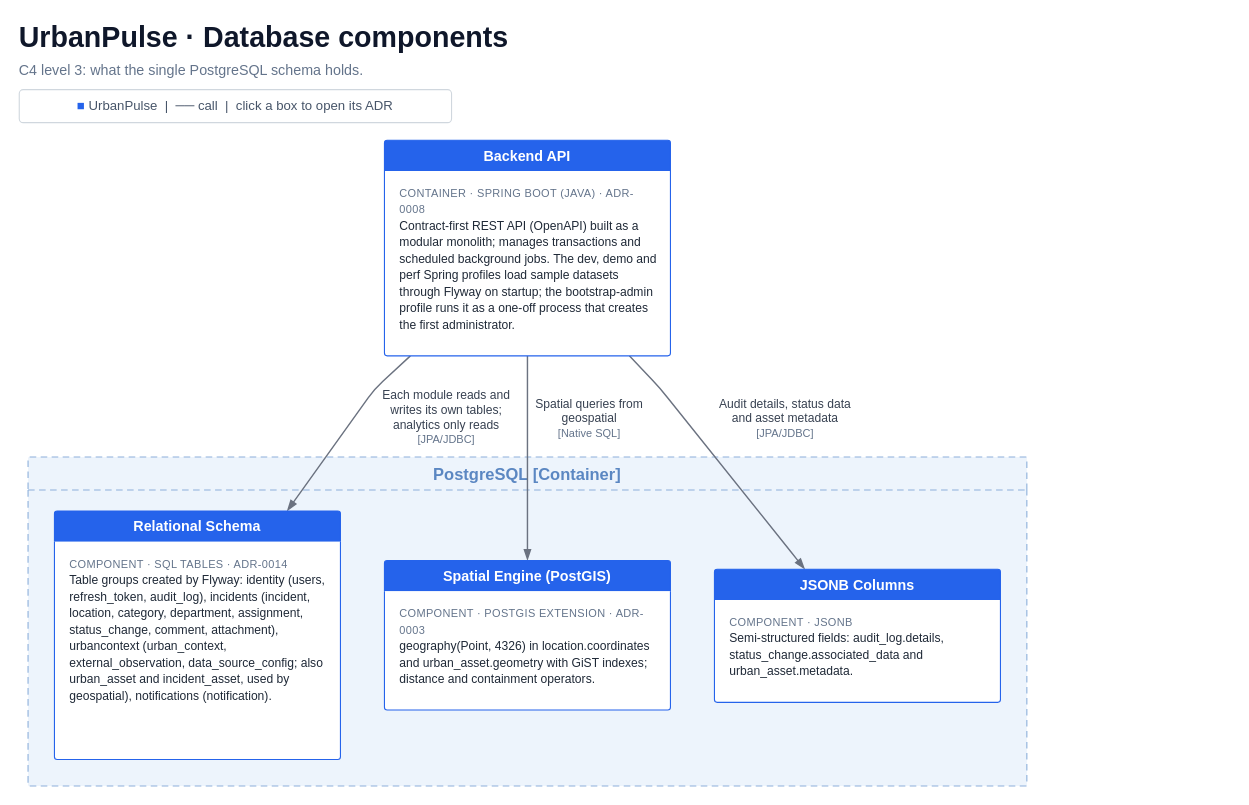
Above: page "6 · Database components" (6 of 10) of docs/architecture/UrbanPulse-C4.drawio in Dalibex/urban-incidence-manager (draw.io), before the change. Source tidied: cells renumbered, new cells numbered last; positions are measured from the earlier drawing's top-left corner, leaving out a move shared by most shapes. Both pictures are drawn from the tidied source at 110%, with x=0, y=0 at pixel (19, 19).
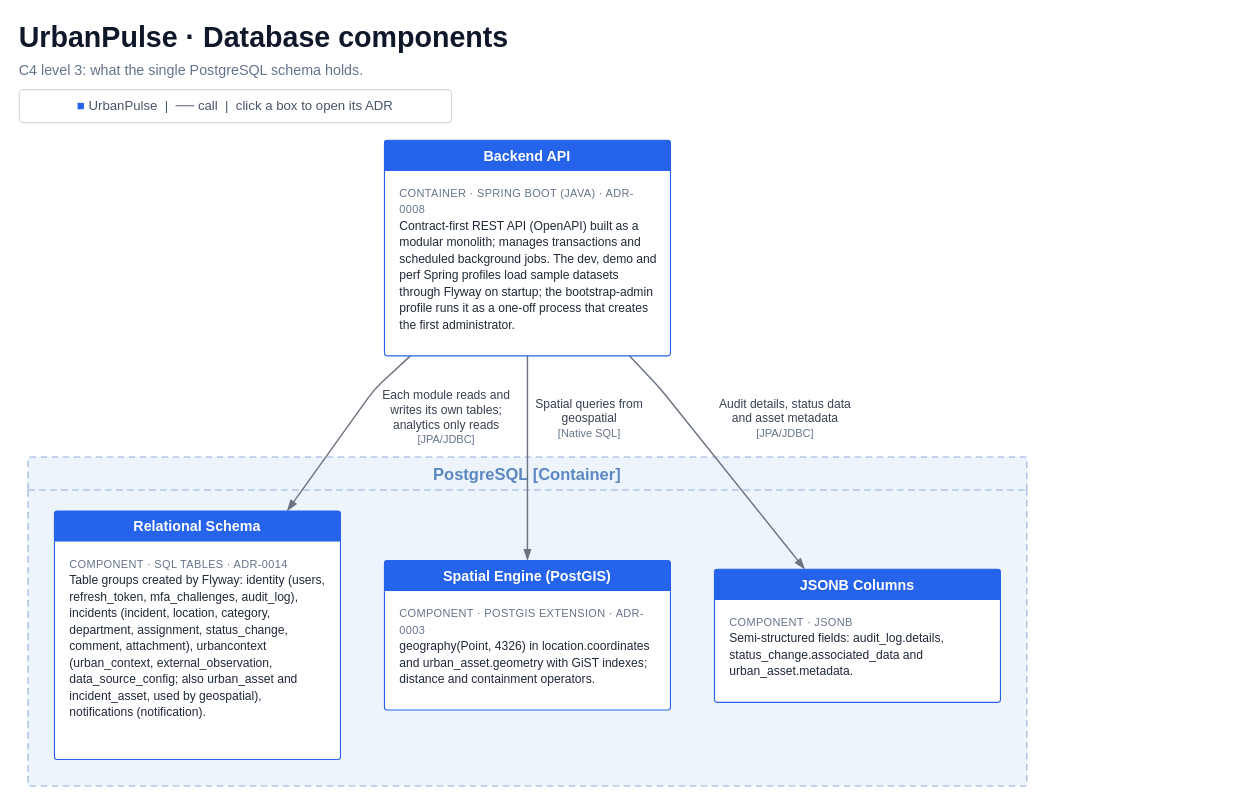
Above is the later version.

The change refers to these unchanged cells:
```xml
<mxCell id="11" value="Relational Schema" style="swimlane;html=1;whiteSpace=wrap;rounded=1;arcSize=3;startSize=28;fillColor=#2563eb;swimlaneFillColor=#FFFFFF;strokeColor=#2563eb;fontColor=#ffffff;fontFamily=Helvetica;fontSize=13;fontStyle=1;swimlaneLine=0;" parent="1" vertex="1">
  <mxGeometry x="32" y="447" width="260" height="226" as="geometry" />
</mxCell>
```

Diff of the diagram source:
```diff
@@
-    <mxCell id="12" value="&lt;div style=&quot;color:#64748B;font-size:10px;line-height:15px;letter-spacing:0.3px;&quot;&gt;COMPONENT · SQL TABLES · ADR-0014&lt;/div&gt;&lt;div style=&quot;line-height:15px;&quot;&gt;Table groups created by Flyway: identity (users, refresh_token, audit_log), incidents (incident, location, category, department, assignment, status_change, comment, attachment), urbancontext (urban_context, external_observation, data_source_config; also urban_asset and incident_asset, used by geospatial), notifications (notification).&lt;/div&gt;" style="text;html=1;whiteSpace=wrap;align=left;verticalAlign=top;fontFamily=Helvetica;fontSize=11;fontColor=#1F2937;spacingLeft=12;spacingRight=10;spacingTop=6;" parent="11" vertex="1">
+    <mxCell id="12" value="&lt;div style=&quot;color:#64748B;font-size:10px;line-height:15px;letter-spacing:0.3px;&quot;&gt;COMPONENT · SQL TABLES · ADR-0014&lt;/div&gt;&lt;div style=&quot;line-height:15px;&quot;&gt;Table groups created by Flyway: identity (users, refresh_token, mfa_challenges, audit_log), incidents (incident, location, category, department, assignment, status_change, comment, attachment), urbancontext (urban_context, external_observation, data_source_config; also urban_asset and incident_asset, used by geospatial), notifications (notification).&lt;/div&gt;" style="text;html=1;whiteSpace=wrap;align=left;verticalAlign=top;fontFamily=Helvetica;fontSize=11;fontColor=#1F2937;spacingLeft=12;spacingRight=10;spacingTop=6;" parent="11" vertex="1">
       <mxGeometry y="28" width="260" height="198" as="geometry" />
     </mxCell>
```
